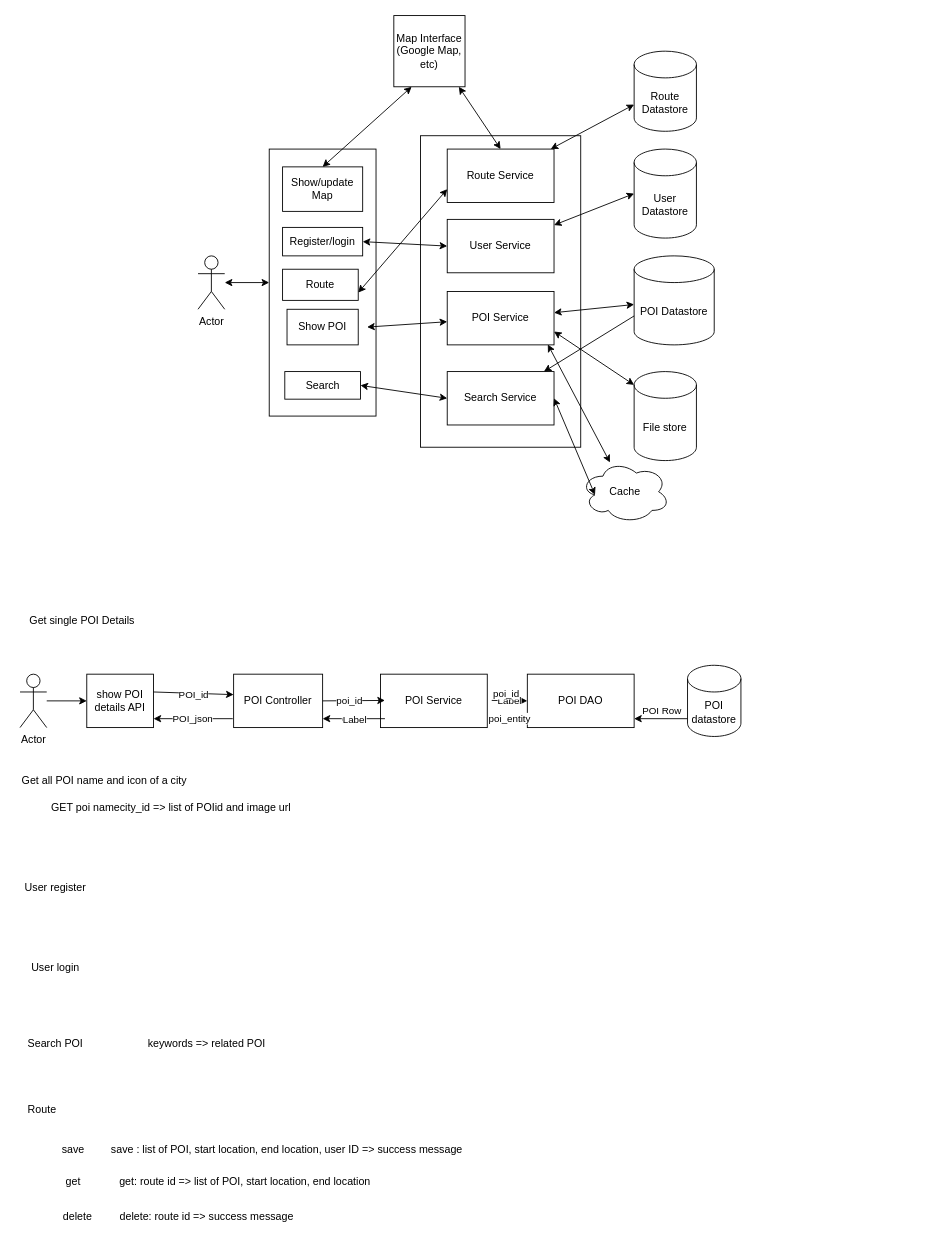
The draw.io diagram page "Page-1" (1 of 6) of Designdiagram/SystemOverview.drawio in laifukun/FLAGCamp-Design, before the edit. Source tidied: cells renumbered, new cells numbered last; positions are measured from the earlier drawing's top-left corner, leaving out a move shared by most shapes. Both pictures are drawn from the tidied source at 89%, with x=0, y=0 at pixel (15, 15).
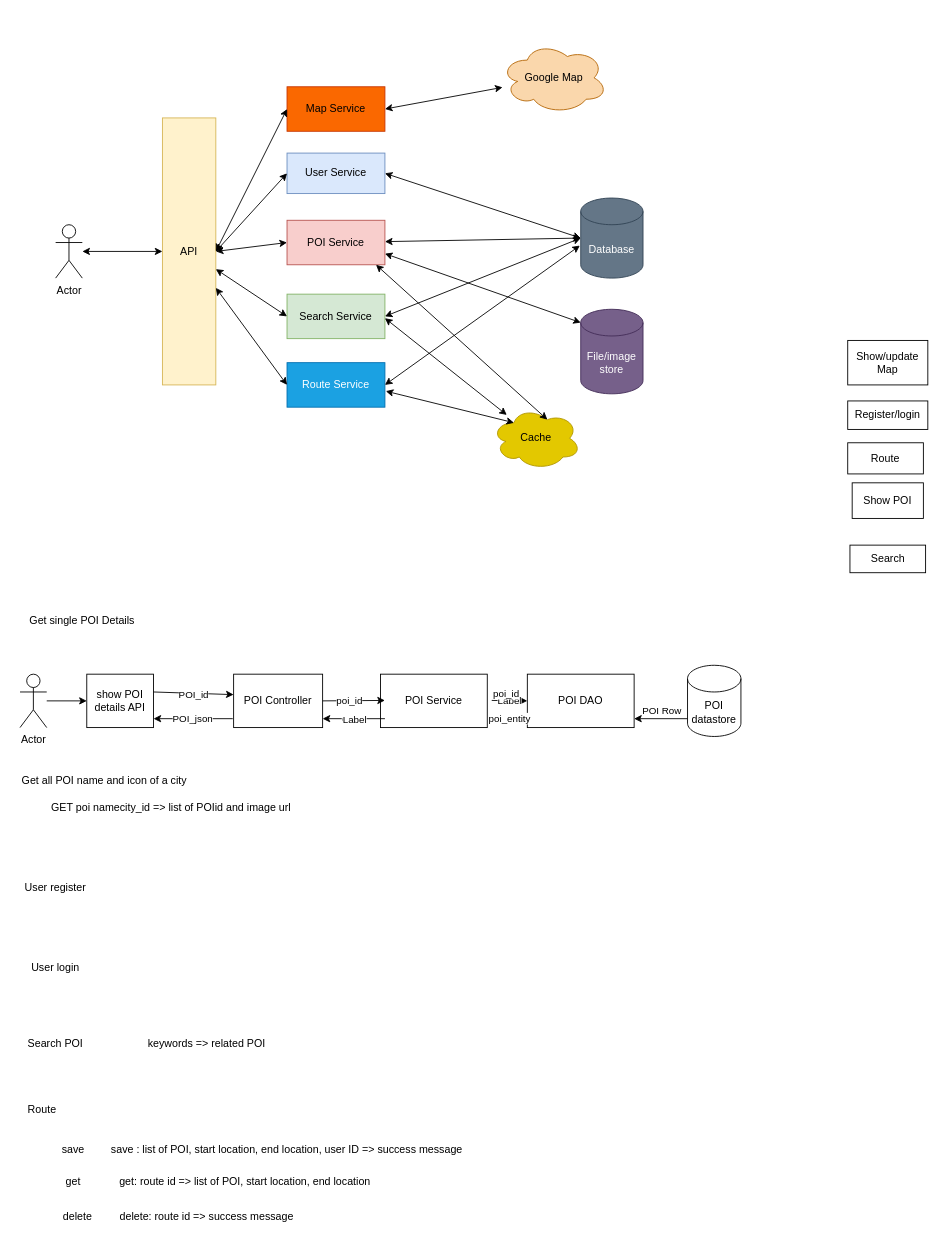
The same diagram, later.

Change to the diagram source:
```diff
@@
-    <mxCell id="2" style="whiteSpace=wrap;html=1;" parent="1" vertex="1">
-      <mxGeometry x="455" y="135" width="180" height="350" as="geometry" />
-    </mxCell>
     <mxCell id="3" value="Actor" style="shape=umlActor;verticalLabelPosition=bottom;verticalAlign=top;html=1;outlineConnect=0;" parent="1" vertex="1">
-      <mxGeometry x="205" y="270" width="30" height="60" as="geometry" />
+      <mxGeometry x="45" y="235" width="30" height="60" as="geometry" />
     </mxCell>
-    <mxCell id="4" value="Map Interface (Google Map, etc)" style="whiteSpace=wrap;html=1;" parent="1" vertex="1">
-      <mxGeometry x="425" width="80" height="80" as="geometry" />
-    </mxCell>
-    <mxCell id="5" value="POI Datastore" style="shape=cylinder3;whiteSpace=wrap;html=1;boundedLbl=1;backgroundOutline=1;size=15;" parent="1" vertex="1">
-      <mxGeometry x="695" y="270" width="90" height="100" as="geometry" />
-    </mxCell>
-    <mxCell id="6" value="Search Service" style="rounded=0;whiteSpace=wrap;html=1;" parent="1" vertex="1">
-      <mxGeometry x="485" y="400" width="120" height="60" as="geometry" />
+    <mxCell id="6" value="Search Service" style="rounded=0;whiteSpace=wrap;html=1;fillColor=#d5e8d4;strokeColor=#82b366;" parent="1" vertex="1">
+      <mxGeometry x="305" y="313" width="110" height="50" as="geometry" />
     </mxCell>
-    <mxCell id="7" style="rounded=0;whiteSpace=wrap;html=1;" parent="1" vertex="1">
-      <mxGeometry x="285" y="150" width="120" height="300" as="geometry" />
+    <mxCell id="7" value="API" style="rounded=0;whiteSpace=wrap;html=1;fillColor=#fff2cc;strokeColor=#d6b656;" parent="1" vertex="1">
+      <mxGeometry x="165" y="115" width="60" height="300" as="geometry" />
     </mxCell>
@@
-    <mxCell id="9" value="Cache" style="ellipse;shape=cloud;whiteSpace=wrap;html=1;" parent="1" vertex="1">
-      <mxGeometry x="635" y="500" width="100" height="70" as="geometry" />
+    <mxCell id="9" value="Cache" style="ellipse;shape=cloud;whiteSpace=wrap;html=1;fillColor=#e3c800;strokeColor=#B09500;fontColor=#000000;" parent="1" vertex="1">
+      <mxGeometry x="535" y="440" width="100" height="70" as="geometry" />
     </mxCell>
-    <mxCell id="10" style="endArrow=classic;startArrow=classic;html=1;entryX=0.16;entryY=0.55;entryDx=0;entryDy=0;entryPerimeter=0;exitX=1;exitY=0.5;exitDx=0;exitDy=0;" parent="1" edge="1" source="6" target="9">
+    <mxCell id="10" style="endArrow=classic;startArrow=classic;html=1;entryX=0;entryY=0.5;entryDx=0;entryDy=0;entryPerimeter=0;exitX=1;exitY=0.5;exitDx=0;exitDy=0;" parent="1" edge="1" source="6" target="20">
       <mxGeometry relative="1" as="geometry" />
     </mxCell>
-    <mxCell id="11" style="endArrow=none;startArrow=classic;html=1;entryX=0;entryY=0;entryDx=0;entryDy=67.5;entryPerimeter=0;endFill=0;" parent="1" edge="1" source="6" target="5">
-      <mxGeometry relative="1" as="geometry" />
-    </mxCell>
-    <mxCell id="12" value="User Service" style="rounded=0;whiteSpace=wrap;html=1;" parent="1" vertex="1">
-      <mxGeometry x="485" y="229" width="120" height="60" as="geometry" />
+    <mxCell id="12" value="User Service" style="rounded=0;whiteSpace=wrap;html=1;fillColor=#dae8fc;strokeColor=#6c8ebf;" parent="1" vertex="1">
+      <mxGeometry x="305" y="154.5" width="110" height="45.5" as="geometry" />
     </mxCell>
-    <mxCell id="13" style="endArrow=classic;startArrow=classic;html=1;" parent="1" edge="1" source="14" target="5">
+    <mxCell id="13" style="endArrow=classic;startArrow=classic;html=1;entryX=0;entryY=0.5;entryDx=0;entryDy=0;entryPerimeter=0;" parent="1" edge="1" source="14" target="20">
       <mxGeometry relative="1" as="geometry" />
     </mxCell>
-    <mxCell id="14" value="POI Service" style="rounded=0;whiteSpace=wrap;html=1;" parent="1" vertex="1">
-      <mxGeometry x="485" y="310" width="120" height="60" as="geometry" />
+    <mxCell id="14" value="POI Service" style="rounded=0;whiteSpace=wrap;html=1;fillColor=#f8cecc;strokeColor=#b85450;" parent="1" vertex="1">
+      <mxGeometry x="305" y="230" width="110" height="50" as="geometry" />
     </mxCell>
-    <mxCell id="15" value="User Datastore" style="shape=cylinder3;whiteSpace=wrap;html=1;boundedLbl=1;backgroundOutline=1;size=15;" parent="1" vertex="1">
-      <mxGeometry x="695" y="150" width="70" height="100" as="geometry" />
-    </mxCell>
-    <mxCell id="16" style="endArrow=classic;startArrow=classic;html=1;entryX=0;entryY=0.5;entryDx=0;entryDy=0;entryPerimeter=0;" parent="1" edge="1" source="12" target="15">
+    <mxCell id="16" style="endArrow=classic;startArrow=classic;html=1;entryX=0;entryY=0.5;entryDx=0;entryDy=0;entryPerimeter=0;exitX=1;exitY=0.5;exitDx=0;exitDy=0;" parent="1" edge="1" source="12" target="20">
       <mxGeometry relative="1" as="geometry" />
     </mxCell>
-    <mxCell id="17" value="File store" style="shape=cylinder3;whiteSpace=wrap;html=1;boundedLbl=1;backgroundOutline=1;size=15;" parent="1" vertex="1">
-      <mxGeometry x="695" y="400" width="70" height="100" as="geometry" />
+    <mxCell id="17" value="File/image store" style="shape=cylinder3;whiteSpace=wrap;html=1;boundedLbl=1;backgroundOutline=1;size=15;fillColor=#76608a;strokeColor=#432D57;fontColor=#ffffff;" parent="1" vertex="1">
+      <mxGeometry x="635" y="330" width="70" height="95" as="geometry" />
     </mxCell>
-    <mxCell id="18" value="Route Service" style="rounded=0;whiteSpace=wrap;html=1;" parent="1" vertex="1">
-      <mxGeometry x="485" y="150" width="120" height="60" as="geometry" />
+    <mxCell id="18" value="Route Service" style="rounded=0;whiteSpace=wrap;html=1;fillColor=#1ba1e2;strokeColor=#006EAF;fontColor=#ffffff;" parent="1" vertex="1">
+      <mxGeometry x="305" y="390" width="110" height="50" as="geometry" />
     </mxCell>
@@
-    <mxCell id="20" value="Route Datastore" style="shape=cylinder3;whiteSpace=wrap;html=1;boundedLbl=1;backgroundOutline=1;size=15;" parent="1" vertex="1">
-      <mxGeometry x="695" y="40" width="70" height="90" as="geometry" />
+    <mxCell id="20" value="Database" style="shape=cylinder3;whiteSpace=wrap;html=1;boundedLbl=1;backgroundOutline=1;size=15;fillColor=#647687;strokeColor=#314354;fontColor=#ffffff;" parent="1" vertex="1">
+      <mxGeometry x="635" y="205" width="70" height="90" as="geometry" />
     </mxCell>
-    <mxCell id="21" style="endArrow=classic;startArrow=classic;html=1;entryX=0;entryY=0;entryDx=0;entryDy=60;entryPerimeter=0;" parent="1" edge="1" source="18" target="20">
-      <mxGeometry relative="1" as="geometry" />
-    </mxCell>
-    <mxCell id="22" style="endArrow=classic;startArrow=classic;html=1;entryX=0.913;entryY=1;entryDx=0;entryDy=0;entryPerimeter=0;exitX=0.5;exitY=0;exitDx=0;exitDy=0;" parent="1" edge="1" source="18" target="4">
-      <mxGeometry relative="1" as="geometry" />
-    </mxCell>
     <mxCell id="23" value="Show/update Map" style="rounded=0;whiteSpace=wrap;html=1;" parent="1" vertex="1">
-      <mxGeometry x="300" y="170" width="90" height="50" as="geometry" />
+      <mxGeometry x="935" y="365" width="90" height="50" as="geometry" />
     </mxCell>
-    <mxCell id="24" style="endArrow=classic;startArrow=classic;html=1;entryX=0.25;entryY=1;entryDx=0;entryDy=0;exitX=0.5;exitY=0;exitDx=0;exitDy=0;" parent="1" edge="1" source="23" target="4">
-      <mxGeometry relative="1" as="geometry" />
-    </mxCell>
-    <mxCell id="25" style="endArrow=classic;startArrow=classic;html=1;exitX=0.942;exitY=0.992;exitDx=0;exitDy=0;exitPerimeter=0;" parent="1" edge="1" source="14" target="9">
-      <mxGeometry relative="1" as="geometry" />
-    </mxCell>
     <mxCell id="26" value="Register/login" style="rounded=0;whiteSpace=wrap;html=1;" parent="1" vertex="1">
-      <mxGeometry x="300" y="238" width="90" height="32" as="geometry" />
+      <mxGeometry x="935" y="433" width="90" height="32" as="geometry" />
     </mxCell>
-    <mxCell id="27" style="endArrow=classic;startArrow=classic;html=1;entryX=0;entryY=0.5;entryDx=0;entryDy=0;exitX=1;exitY=0.5;exitDx=0;exitDy=0;" parent="1" edge="1" source="26" target="12">
-      <mxGeometry relative="1" as="geometry" />
-    </mxCell>
     <mxCell id="28" value="Search" style="rounded=0;whiteSpace=wrap;html=1;" parent="1" vertex="1">
-      <mxGeometry x="302.5" y="400" width="85" height="31" as="geometry" />
+      <mxGeometry x="937.5" y="595" width="85" height="31" as="geometry" />
     </mxCell>
-    <mxCell id="29" style="endArrow=classic;startArrow=classic;html=1;entryX=0;entryY=0.5;entryDx=0;entryDy=0;exitX=1;exitY=0.5;exitDx=0;exitDy=0;" parent="1" edge="1" source="28" target="6">
-      <mxGeometry relative="1" as="geometry" />
-    </mxCell>
     <mxCell id="30" value="Show POI" style="rounded=0;whiteSpace=wrap;html=1;" parent="1" vertex="1">
-      <mxGeometry x="305" y="330" width="80" height="40" as="geometry" />
+      <mxGeometry x="940" y="525" width="80" height="40" as="geometry" />
     </mxCell>
-    <mxCell id="31" style="endArrow=classic;startArrow=classic;html=1;" parent="1" edge="1" target="14">
-      <mxGeometry relative="1" as="geometry">
-        <mxPoint x="395" y="350" as="sourcePoint" />
-      </mxGeometry>
-    </mxCell>
     <mxCell id="32" value="Route" style="rounded=0;whiteSpace=wrap;html=1;" parent="1" vertex="1">
-      <mxGeometry x="300" y="285" width="85" height="35" as="geometry" />
+      <mxGeometry x="935" y="480" width="85" height="35" as="geometry" />
     </mxCell>
-    <mxCell id="33" style="endArrow=classic;startArrow=classic;html=1;entryX=0;entryY=0.75;entryDx=0;entryDy=0;exitX=1;exitY=0.75;exitDx=0;exitDy=0;" parent="1" edge="1" source="32" target="18">
-      <mxGeometry relative="1" as="geometry" />
-    </mxCell>
@@
+    <mxCell id="67" value="Map Service" style="rounded=0;whiteSpace=wrap;html=1;fillColor=#fa6800;strokeColor=#C73500;fontColor=#000000;" parent="1" vertex="1">
+      <mxGeometry x="305" y="80" width="110" height="50" as="geometry" />
+    </mxCell>
+    <mxCell id="68" value="Google Map" style="ellipse;shape=cloud;whiteSpace=wrap;html=1;fillColor=#fad7ac;strokeColor=#b46504;" parent="1" vertex="1">
+      <mxGeometry x="545" y="30" width="120" height="80" as="geometry" />
+    </mxCell>
+    <mxCell id="69" style="endArrow=classic;startArrow=classic;html=1;exitX=1;exitY=0.5;exitDx=0;exitDy=0;" parent="1" edge="1" source="67" target="68">
+      <mxGeometry relative="1" as="geometry" />
+    </mxCell>
+    <mxCell id="21" style="endArrow=classic;startArrow=classic;html=1;exitX=1;exitY=0.5;exitDx=0;exitDy=0;entryX=-0.014;entryY=0.594;entryDx=0;entryDy=0;entryPerimeter=0;" parent="1" edge="1" source="18" target="20">
+      <mxGeometry relative="1" as="geometry" />
+    </mxCell>
+    <mxCell id="70" style="endArrow=classic;startArrow=classic;html=1;exitX=1;exitY=0.5;exitDx=0;exitDy=0;entryX=0;entryY=0.5;entryDx=0;entryDy=0;" parent="1" edge="1" source="7" target="67">
+      <mxGeometry relative="1" as="geometry" />
+    </mxCell>
+    <mxCell id="71" style="endArrow=classic;startArrow=classic;html=1;exitX=1;exitY=0.5;exitDx=0;exitDy=0;entryX=0;entryY=0.5;entryDx=0;entryDy=0;" parent="1" edge="1" source="7" target="12">
+      <mxGeometry relative="1" as="geometry" />
+    </mxCell>
+    <mxCell id="72" style="endArrow=classic;startArrow=classic;html=1;exitX=1;exitY=0.5;exitDx=0;exitDy=0;entryX=0;entryY=0.5;entryDx=0;entryDy=0;" parent="1" edge="1" source="7" target="14">
+      <mxGeometry relative="1" as="geometry" />
+    </mxCell>
+    <mxCell id="73" style="endArrow=classic;startArrow=classic;html=1;entryX=0;entryY=0.5;entryDx=0;entryDy=0;" parent="1" edge="1" source="7" target="6">
+      <mxGeometry relative="1" as="geometry" />
+    </mxCell>
+    <mxCell id="74" style="endArrow=classic;startArrow=classic;html=1;entryX=0;entryY=0.5;entryDx=0;entryDy=0;" parent="1" edge="1" source="7" target="18">
+      <mxGeometry relative="1" as="geometry" />
+    </mxCell>
+    <mxCell id="75" style="endArrow=classic;startArrow=classic;html=1;exitX=1.009;exitY=0.64;exitDx=0;exitDy=0;exitPerimeter=0;entryX=0.25;entryY=0.25;entryDx=0;entryDy=0;entryPerimeter=0;" parent="1" edge="1" source="18" target="9">
+      <mxGeometry relative="1" as="geometry" />
+    </mxCell>
+    <mxCell id="76" style="endArrow=classic;startArrow=classic;html=1;" parent="1" edge="1" target="9">
+      <mxGeometry relative="1" as="geometry">
+        <mxPoint x="415" y="340" as="sourcePoint" />
+      </mxGeometry>
+    </mxCell>
+    <mxCell id="77" style="endArrow=classic;startArrow=classic;html=1;entryX=0.625;entryY=0.2;entryDx=0;entryDy=0;entryPerimeter=0;" parent="1" edge="1" target="9">
+      <mxGeometry relative="1" as="geometry">
+        <mxPoint x="405" y="280" as="sourcePoint" />
+      </mxGeometry>
+    </mxCell>
```
